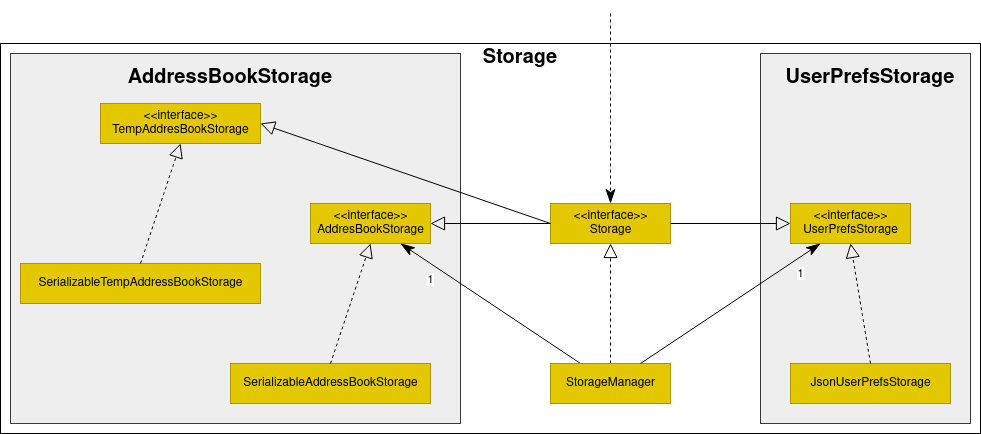
The draw.io diagram docs/images/StorageClassDiagram.png in nus-cs2103-AY2122S2/tp, before a commit. Source tidied: cells renumbered, new cells last; positions are measured from the earlier drawing's top-left corner, leaving out a move shared by most shapes.
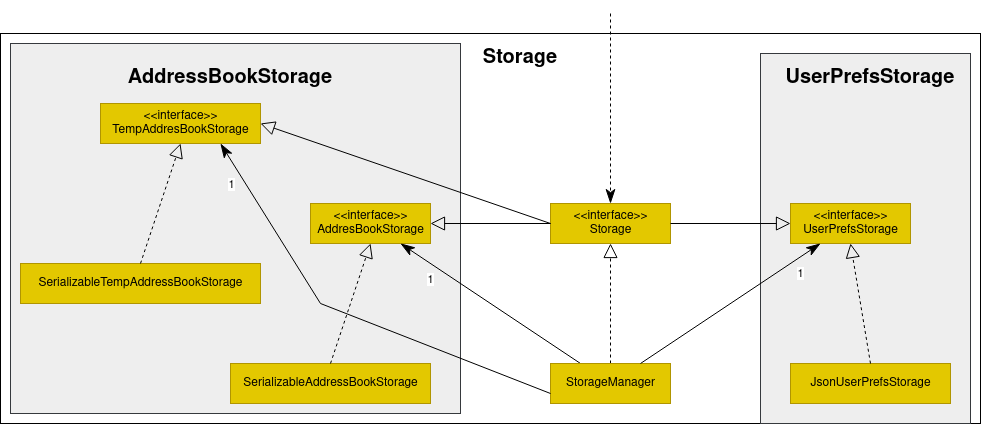
After the commit.

The edit, as a diff of the source:
```diff
@@ -3,13 +3,13 @@
     <mxCell id="0" />
     <mxCell id="1" parent="0" />
     <mxCell id="2" style="rounded=0;whiteSpace=wrap;html=1;" parent="1" vertex="1">
-      <mxGeometry y="30" width="980" height="390" as="geometry" />
+      <mxGeometry y="20" width="980" height="390" as="geometry" />
     </mxCell>
     <mxCell id="3" style="rounded=0;whiteSpace=wrap;html=1;fillColor=#eeeeee;strokeColor=#36393d;" parent="1" vertex="1">
       <mxGeometry x="760" y="40" width="210" height="370" as="geometry" />
     </mxCell>
     <mxCell id="4" style="rounded=0;whiteSpace=wrap;html=1;fillColor=#eeeeee;strokeColor=#36393d;" parent="1" vertex="1">
-      <mxGeometry x="10" y="40" width="450" height="370" as="geometry" />
+      <mxGeometry x="10" y="30" width="450" height="370" as="geometry" />
     </mxCell>
     <mxCell id="5" value="&lt;div&gt;&amp;lt;&amp;lt;interface&amp;gt;&amp;gt;&lt;/div&gt;&lt;div&gt;AddresBookStorage &lt;/div&gt;" style="html=1;fillColor=#e3c800;fontColor=#000000;strokeColor=#B09500;" parent="1" vertex="1">
       <mxGeometry x="310" y="190" width="120" height="40" as="geometry" />
@@ -88,5 +88,17 @@
         <mxPoint x="610" as="sourcePoint" />
       </mxGeometry>
     </mxCell>
+    <mxCell id="28" style="edgeStyle=none;rounded=0;jettySize=auto;html=1;entryX=0.75;entryY=1;entryDx=0;entryDy=0;endArrow=classicThin;endFill=1;endSize=12;exitX=0;exitY=0.75;exitDx=0;exitDy=0;" parent="1" edge="1" source="12" target="14">
+      <mxGeometry relative="1" as="geometry">
+        <Array as="points">
+          <mxPoint x="320" y="290" />
+        </Array>
+      </mxGeometry>
+    </mxCell>
+    <mxCell id="29" value="1" style="edgeLabel;html=1;align=center;verticalAlign=middle;" parent="28" vertex="1">
+      <mxGeometry x="0.38" y="-2" relative="1" as="geometry">
+        <mxPoint x="-63" y="-73" as="offset" />
+      </mxGeometry>
+    </mxCell>
   </root>
 </mxGraphModel>
```
